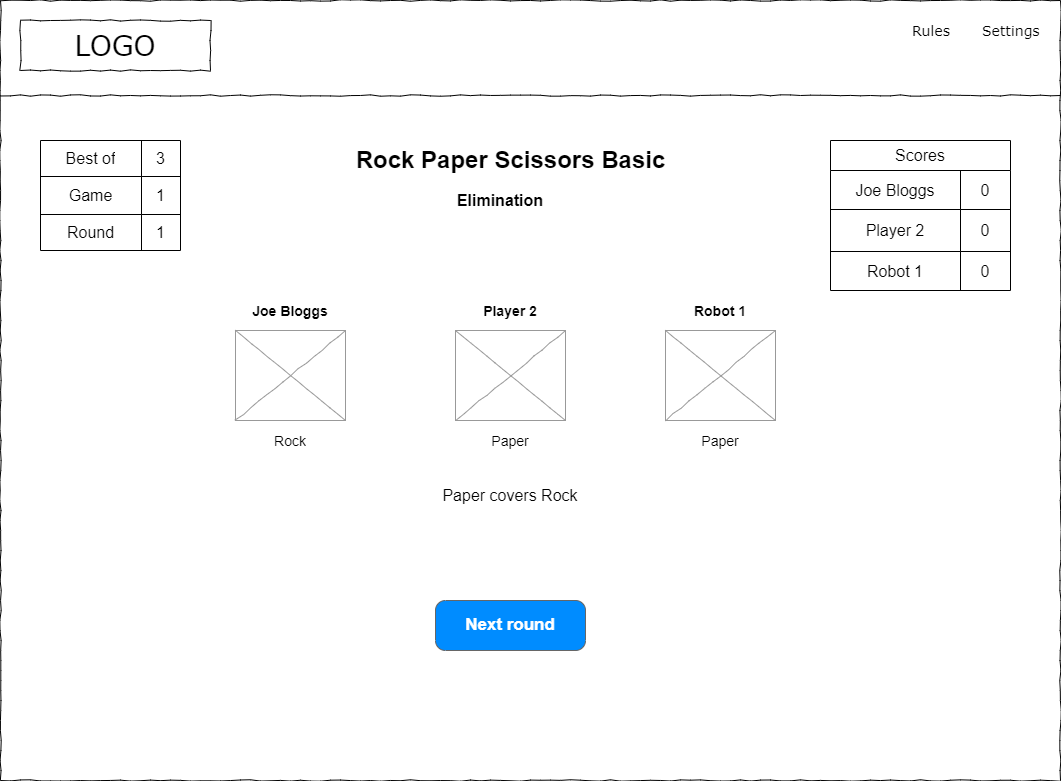
Earlier version of the draw.io export design/img/rps-xtreme-round-result-large.drawio.png (ibuttimer/rock-paper-scissors-xtreme). Source tidied: cells renumbered, new cells last; positions are measured from the earlier drawing's top-left corner, leaving out a move shared by most shapes.
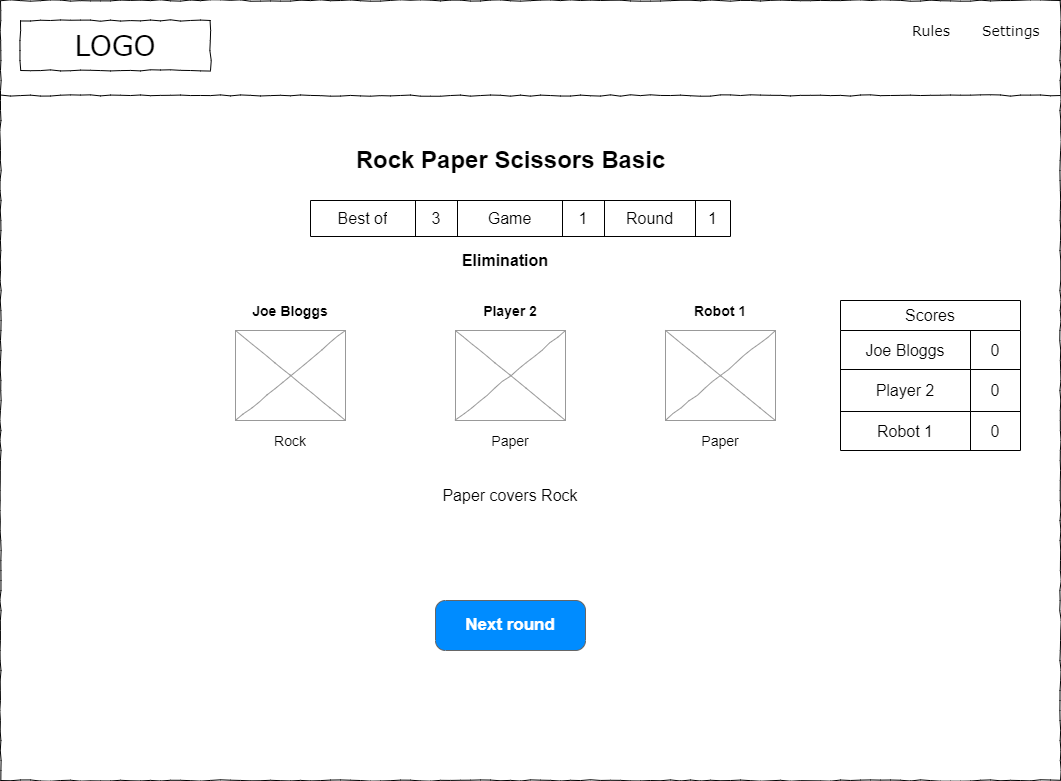
Above is the later version.

The edit, as a diff of the source:
```diff
@@ -66,7 +66,7 @@
       <mxGeometry x="435" y="600" width="150" height="50" as="geometry" />
     </mxCell>
     <mxCell id="19" value="Scores" style="shape=table;html=1;whiteSpace=wrap;startSize=30;fontSize=16;" parent="1" vertex="1">
-      <mxGeometry x="830" y="140" width="180" height="150" as="geometry" />
+      <mxGeometry x="840" y="300" width="180" height="150" as="geometry" />
     </mxCell>
     <mxCell id="20" style="shape=tableRow;horizontal=0;startSize=0;swimlaneHead=0;swimlaneBody=0;top=0;left=0;bottom=0;right=0;fillColor=none;fontSize=16;" parent="19" vertex="1">
       <mxGeometry y="30" width="180" height="39" as="geometry" />
@@ -97,38 +97,32 @@
     </mxCell>
     <object id="29" label="&lt;b style=&quot;&quot;&gt;&lt;font style=&quot;font-size: 16px;&quot;&gt;Elimination&lt;/font&gt;&lt;/b&gt;" name="Variable" placeholders="1">
       <mxCell style="text;html=1;strokeColor=none;fillColor=none;align=center;verticalAlign=middle;whiteSpace=wrap;overflow=hidden;" parent="1" vertex="1">
-        <mxGeometry x="340" y="180" width="320" height="40" as="geometry" />
+        <mxGeometry x="345" y="240" width="320" height="40" as="geometry" />
       </mxCell>
     </object>
-    <mxCell id="30" style="shape=table;html=1;whiteSpace=wrap;startSize=0;fontSize=16;" parent="1" vertex="1">
-      <mxGeometry x="40" y="140" width="140" height="110" as="geometry" />
-    </mxCell>
-    <mxCell id="31" style="shape=tableRow;horizontal=0;startSize=0;swimlaneHead=0;swimlaneBody=0;top=0;left=0;bottom=0;right=0;fillColor=none;fontSize=16;" parent="30" vertex="1">
-      <mxGeometry width="140" height="36" as="geometry" />
-    </mxCell>
+    <mxCell id="40" style="shape=table;html=1;whiteSpace=wrap;startSize=0;fontSize=16;" parent="1" vertex="1">
+      <mxGeometry x="310" y="200" width="420" height="36" as="geometry" />
+    </mxCell>
+    <mxCell id="41" style="shape=tableRow;horizontal=0;startSize=0;swimlaneHead=0;swimlaneBody=0;top=0;left=0;bottom=0;right=0;fillColor=none;fontSize=16;" parent="40" vertex="1">
+      <mxGeometry width="420" height="36" as="geometry" />
+    </mxCell>
-    <mxCell id="32" value="Best of" style="shape=partialRectangle;html=1;whiteSpace=wrap;fillColor=none;top=0;left=0;bottom=0;right=0;overflow=hidden;fontSize=16;" parent="31" vertex="1">
-      <mxGeometry width="101" height="36" as="geometry" />
+    <mxCell id="32" value="Best of" style="shape=partialRectangle;html=1;whiteSpace=wrap;fillColor=none;top=0;left=0;bottom=0;right=0;overflow=hidden;fontSize=16;" parent="41" vertex="1">
+      <mxGeometry width="105" height="36" as="geometry" />
     </mxCell>
-    <mxCell id="33" value="3" style="shape=partialRectangle;html=1;whiteSpace=wrap;fillColor=none;top=0;left=0;bottom=0;right=0;overflow=hidden;fontSize=16;" parent="31" vertex="1">
-      <mxGeometry x="101" width="39" height="36" as="geometry" />
+    <mxCell id="33" value="3" style="shape=partialRectangle;html=1;whiteSpace=wrap;fillColor=none;top=0;left=0;bottom=0;right=0;overflow=hidden;fontSize=16;" parent="41" vertex="1">
+      <mxGeometry x="105" width="42" height="36" as="geometry" />
     </mxCell>
-    <mxCell id="34" style="shape=tableRow;horizontal=0;startSize=0;swimlaneHead=0;swimlaneBody=0;top=0;left=0;bottom=0;right=0;fillColor=none;fontSize=16;" parent="30" vertex="1">
-      <mxGeometry y="36" width="140" height="38" as="geometry" />
-    </mxCell>
-    <mxCell id="35" value="Game" style="shape=partialRectangle;html=1;whiteSpace=wrap;fillColor=none;top=0;left=0;bottom=0;right=0;overflow=hidden;fontSize=16;" parent="34" vertex="1">
-      <mxGeometry width="101" height="38" as="geometry" />
+    <mxCell id="35" value="Game" style="shape=partialRectangle;html=1;whiteSpace=wrap;fillColor=none;top=0;left=0;bottom=0;right=0;overflow=hidden;fontSize=16;" parent="41" vertex="1">
+      <mxGeometry x="147" width="105" height="36" as="geometry" />
     </mxCell>
-    <mxCell id="36" value="1" style="shape=partialRectangle;html=1;whiteSpace=wrap;fillColor=none;top=0;left=0;bottom=0;right=0;overflow=hidden;fontSize=16;" parent="34" vertex="1">
-      <mxGeometry x="101" width="39" height="38" as="geometry" />
-    </mxCell>
-    <mxCell id="37" style="shape=tableRow;horizontal=0;startSize=0;swimlaneHead=0;swimlaneBody=0;top=0;left=0;bottom=0;right=0;fillColor=none;fontSize=16;" parent="30" vertex="1">
-      <mxGeometry y="74" width="140" height="36" as="geometry" />
-    </mxCell>
+    <mxCell id="42" value="1" style="shape=partialRectangle;html=1;whiteSpace=wrap;fillColor=none;top=0;left=0;bottom=0;right=0;overflow=hidden;fontSize=16;" parent="41" vertex="1">
+      <mxGeometry x="252" width="42" height="36" as="geometry" />
+    </mxCell>
-    <mxCell id="38" value="Round" style="shape=partialRectangle;html=1;whiteSpace=wrap;fillColor=none;top=0;left=0;bottom=0;right=0;overflow=hidden;fontSize=16;" parent="37" vertex="1">
-      <mxGeometry width="101" height="36" as="geometry" />
+    <mxCell id="38" value="Round" style="shape=partialRectangle;html=1;whiteSpace=wrap;fillColor=none;top=0;left=0;bottom=0;right=0;overflow=hidden;fontSize=16;" parent="41" vertex="1">
+      <mxGeometry x="294" width="91" height="36" as="geometry" />
     </mxCell>
-    <mxCell id="39" value="1" style="shape=partialRectangle;html=1;whiteSpace=wrap;fillColor=none;top=0;left=0;bottom=0;right=0;overflow=hidden;fontSize=16;" parent="37" vertex="1">
-      <mxGeometry x="101" width="39" height="36" as="geometry" />
-    </mxCell>
+    <mxCell id="43" value="1" style="shape=partialRectangle;html=1;whiteSpace=wrap;fillColor=none;top=0;left=0;bottom=0;right=0;overflow=hidden;fontSize=16;" parent="41" vertex="1">
+      <mxGeometry x="385" width="35" height="36" as="geometry" />
+    </mxCell>
   </root>
 </mxGraphModel>
```
